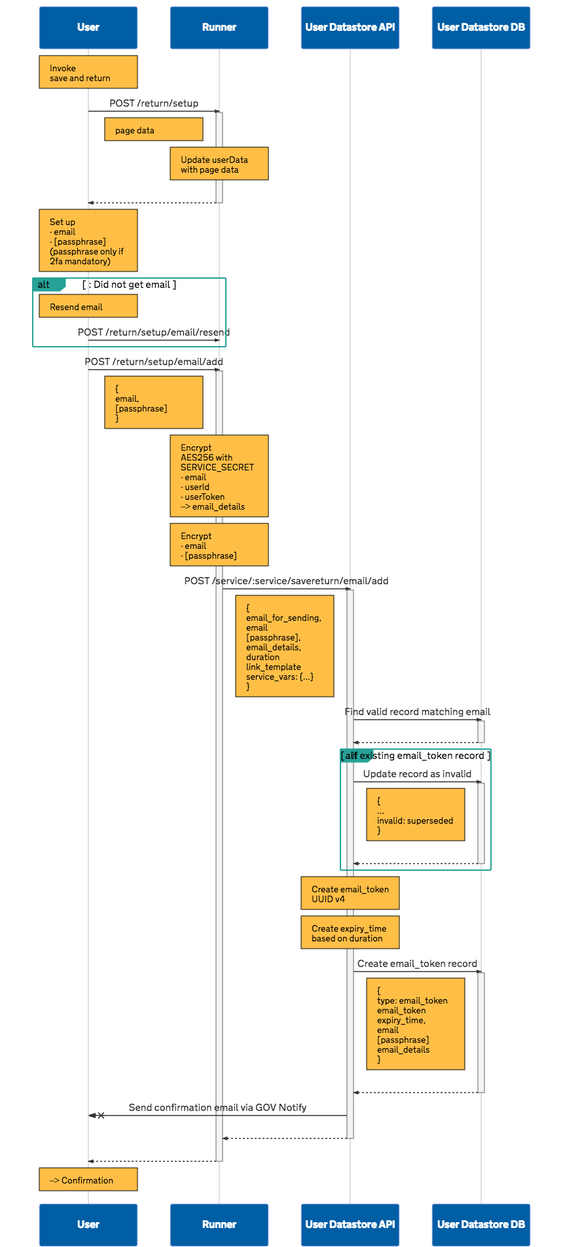
The Mermaid diagram documentation/save-and-return/images/save-return--email-add.png in ministryofjustice/form-builder, before a commit. Its source is kept beside it as documentation/save-and-return/images/save-return--email-add.mmd.
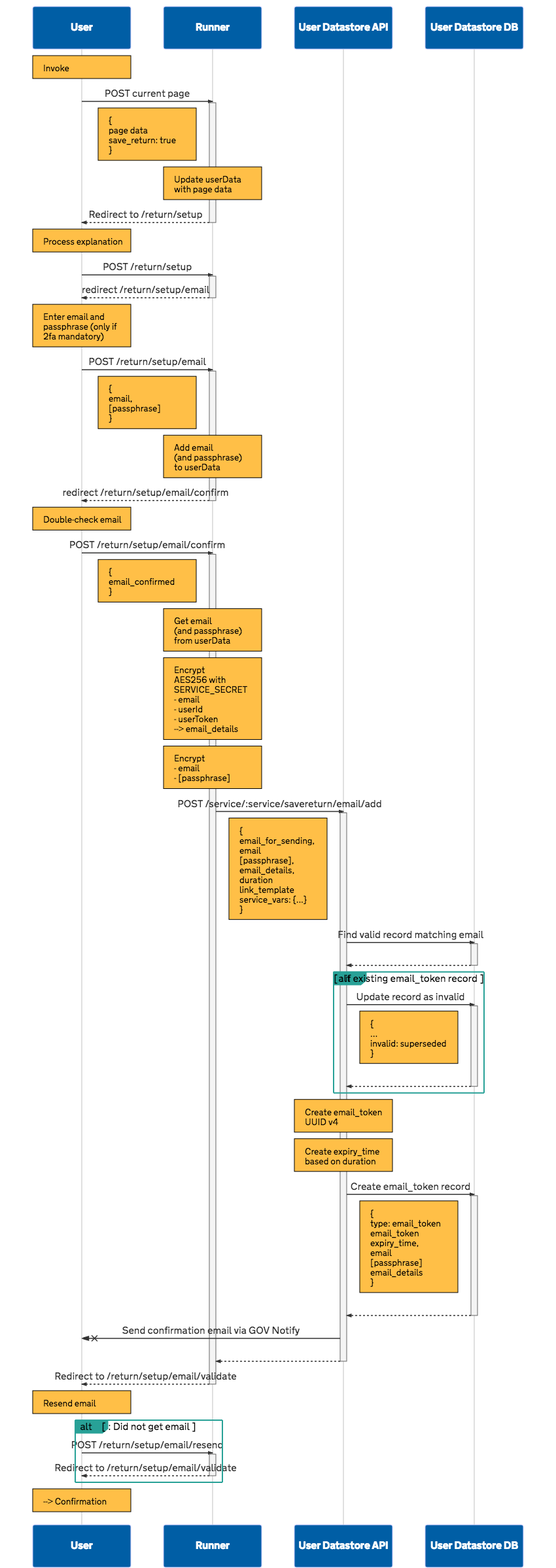
After the commit.

Diff of the diagram source:
```diff
@@ -8,30 +8,39 @@
 
 participant DB as User Datastore DB
 
-Note over U: Invoke <br>save and return
+Note over U: Invoke
+
+U->>+R: POST current page
+
+Note right of U: {<br>  page data<br>  save_return: true<br>}
+
+Note over R: Update userData<br>with page data
+
+R-->>-U: Redirect to /return/setup
+
+Note over U: Process explanation
 
 U->>+R: POST /return/setup
 
-Note right of U: page data
+R-->>-U: redirect /return/setup/email
 
-Note over R: Update userData<br>with page data
+Note over U: Enter email and <br>passphrase (only if <br>2fa mandatory)
 
-R-->>-U:
-
-Note over U: Set up<br>- email<br>- [passphrase]<br>(passphrase only if <br>2fa mandatory)
-
-alt: Did not get email
-
-  Note over U: Resend email
-
-  U->>R: POST /return/setup/email/resend
-
-end
-
-U->>+R: POST /return/setup/email/add
+U->>+R: POST /return/setup/email
 
 Note right of U: {<br>email,<br>[passphrase]<br>}
 
+Note over R: Add email <br>(and passphrase) <br>to userData
+
+R-->>-U: redirect /return/setup/email/confirm
+
+Note over U: Double-check email
+
+U->>+R: POST /return/setup/email/confirm
+
+Note right of U: {<br>email_confirmed<br>}
+
+Note over R: Get email <br>(and passphrase) <br>from userData
 Note over R: Encrypt<br>AES256 with<br>SERVICE_SECRET<br>- email<br>- userId<br>- userToken<br><br>--> email_details
 
 Note over R: Encrypt <br>- email<br>- [passphrase]
@@ -68,6 +77,16 @@
 
 DS-->>-R:
 
-R-->>-U:
+R-->>-U: Redirect to /return/setup/email/validate
+
+Note over U: Resend email
+
+alt: Did not get email
+
+  U->>+R: POST /return/setup/email/resend
+
+  R-->>-U: Redirect to /return/setup/email/validate
+
+end
 
 Note over U: --> Confirmation
```
